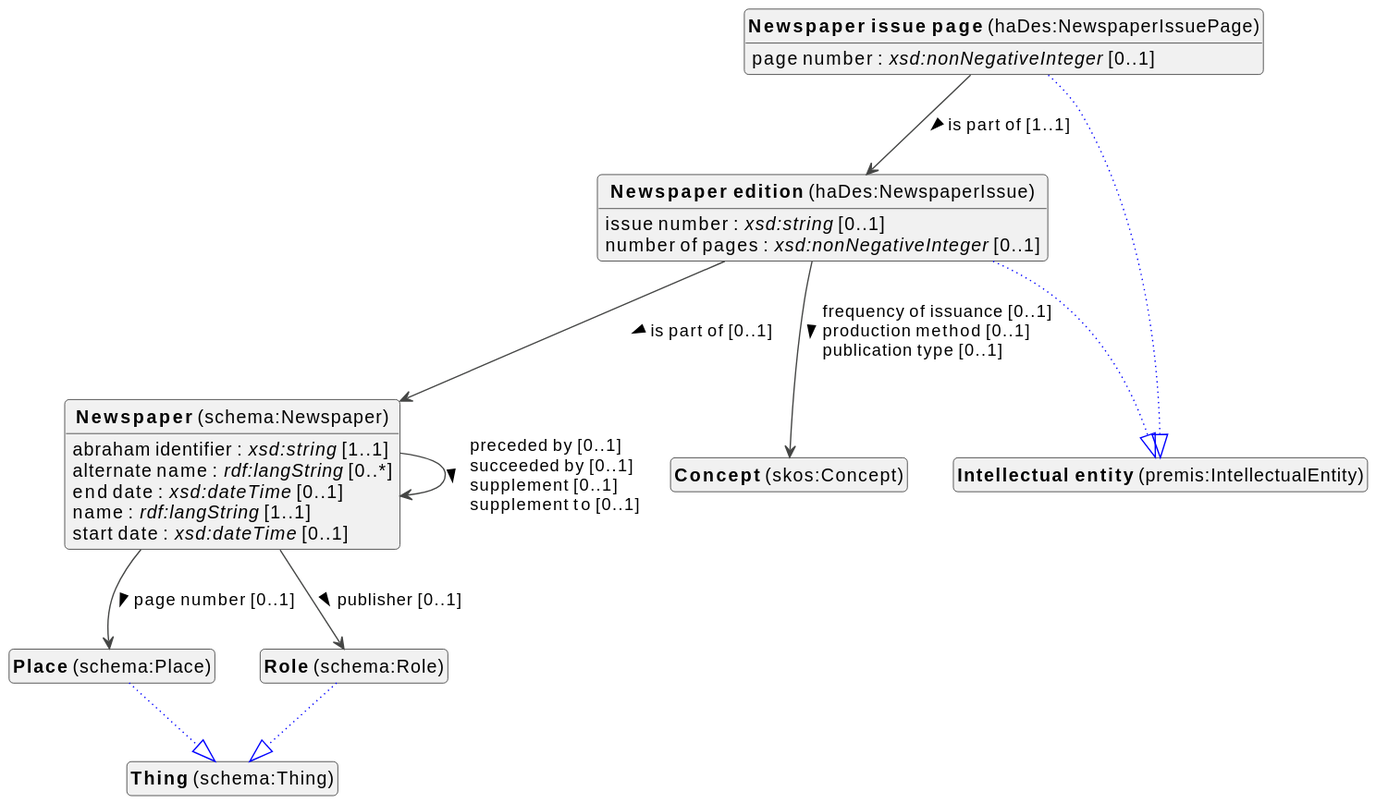
The PlantUML diagram docs/metadata/knowledge-graph/1.0.0/bibliographic/en/bibliographic-diagram.svg in viaacode/documentation, before a commit. Source of this version:
```plantuml
@startuml
!theme vibrant
skinparam classFontSize 14
!define LIGHTORANGE
skinparam componentStyle uml2
skinparam wrapMessageWidth 1000
skinparam wrapWidth 1000
skinparam shadowing false
skinparam ArrowMessageAlignment left
top to bottom direction


class "<b>Newspaper</b> (schema:Newspaper)" as schema_Newspaper [[#schema%3ANewspaper]]
class "<b>Concept</b> (skos:Concept)" as skos_Concept [[../../terms/en#skos%3AConcept]]
class "<b>Newspaper edition</b> (haDes:NewspaperIssue)" as haDes_NewspaperIssue [[#haDes%3ANewspaperIssue]]
class "<b>Intellectual entity</b> (premis:IntellectualEntity)" as premis_IntellectualEntity [[#premis%3AIntellectualEntity]]
class "<b>Newspaper issue page</b> (haDes:NewspaperIssuePage)" as haDes_NewspaperIssuePage [[#haDes%3ANewspaperIssuePage]]
class "<b>Intellectual entity</b> (premis:IntellectualEntity)" as premis_IntellectualEntity [[#premis%3AIntellectualEntity]]
class "<b>Place</b> (schema:Place)" as schema_Place [[../../description/en#schema%3APlace]]
class "<b>Thing</b> (schema:Thing)" as schema_Thing [[#schema%3AThing]]
class "<b>Role</b> (schema:Role)" as schema_Role [[../../description/en#schema%3ARole]]
class "<b>Thing</b> (schema:Thing)" as schema_Thing [[#schema%3AThing]]


schema_Newspaper : abraham identifier : <i>xsd:string</i> [1..1]
schema_Newspaper : alternate name : <i>rdf:langString</i> [0..*]
schema_Newspaper : end date : <i>xsd:dateTime</i> [0..1]
schema_Newspaper : name : <i>rdf:langString</i> [1..1]
schema_Newspaper : start date : <i>xsd:dateTime</i> [0..1]

schema_Newspaper --> schema_Newspaper :preceded by [0..1]  \lsucceeded by [0..1]  \lsupplement [0..1]  \lsupplement to [0..1]  >
schema_Newspaper --> schema_Place :page number [0..1]  >
schema_Newspaper --> schema_Role :publisher [0..1]  >





haDes_NewspaperIssue --|> premis_IntellectualEntity #blue;line.dotted;text:blue

haDes_NewspaperIssue : issue number : <i>xsd:string</i> [0..1]
haDes_NewspaperIssue : number of pages : <i>xsd:nonNegativeInteger</i> [0..1]
haDes_NewspaperIssue --> schema_Newspaper :is part of [0..1]  >
haDes_NewspaperIssue --> skos_Concept :frequency of issuance [0..1]  \lproduction method [0..1]  \lpublication type [0..1]  >



haDes_NewspaperIssuePage --|> premis_IntellectualEntity #blue;line.dotted;text:blue

haDes_NewspaperIssuePage : page number : <i>xsd:nonNegativeInteger</i> [0..1]
haDes_NewspaperIssuePage --> haDes_NewspaperIssue :is part of [1..1]  >


schema_Place --|> schema_Thing #blue;line.dotted;text:blue


schema_Role --|> schema_Thing #blue;line.dotted;text:blue



hide circle
hide methods
hide empty members
@enduml
```
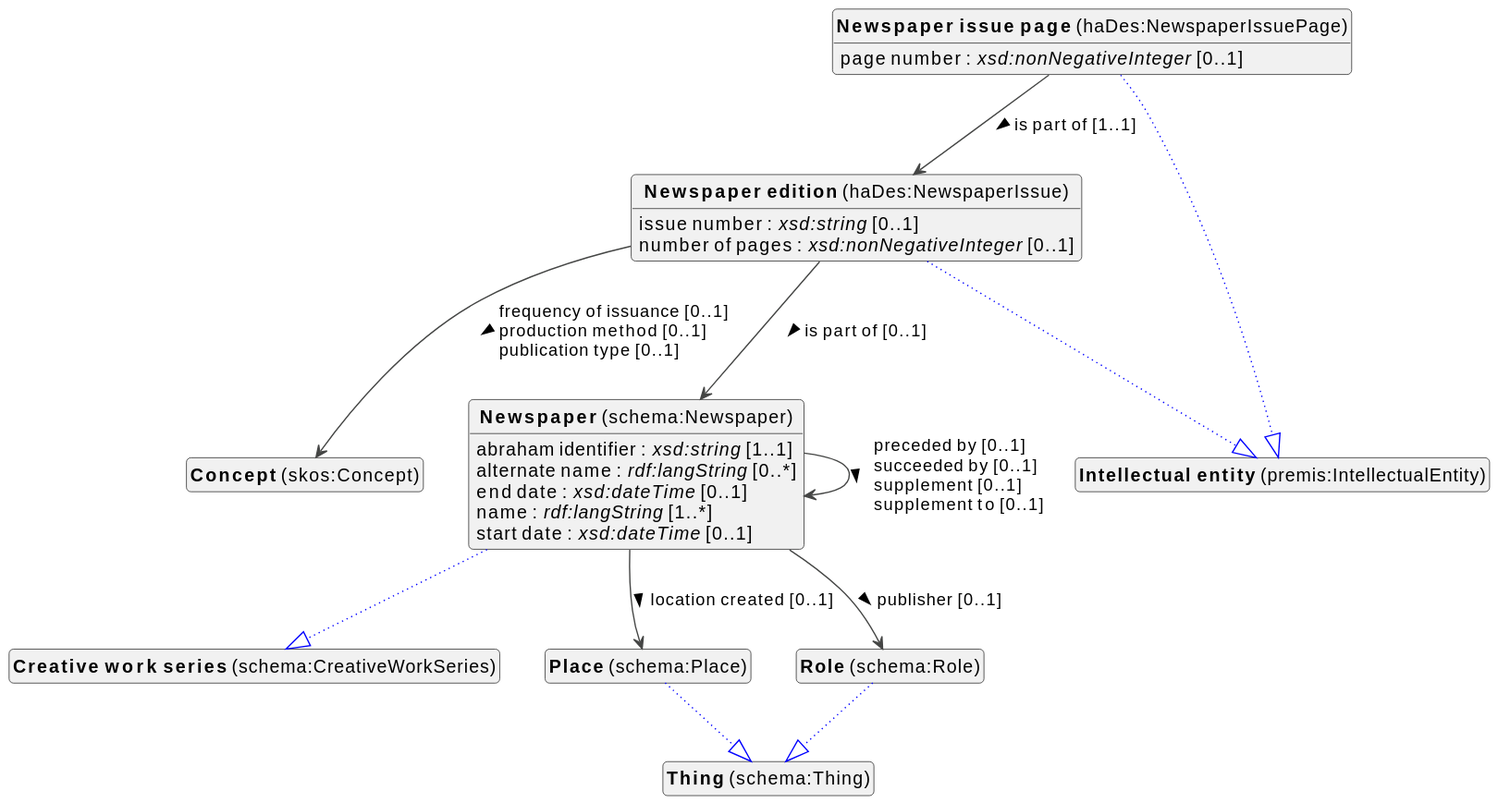
Above is the later version.

Diff of the diagram source:
```diff
@@ -10,8 +10,9 @@
 top to bottom direction
 
 
+class "<b>Concept</b> (skos:Concept)" as skos_Concept [[../../terms/en#skos%3AConcept]]
 class "<b>Newspaper</b> (schema:Newspaper)" as schema_Newspaper [[#schema%3ANewspaper]]
-class "<b>Concept</b> (skos:Concept)" as skos_Concept [[../../terms/en#skos%3AConcept]]
+class "<b>Creative work series</b> (schema:CreativeWorkSeries)" as schema_CreativeWorkSeries [[#schema%3ACreativeWorkSeries]]
 class "<b>Newspaper edition</b> (haDes:NewspaperIssue)" as haDes_NewspaperIssue [[#haDes%3ANewspaperIssue]]
 class "<b>Intellectual entity</b> (premis:IntellectualEntity)" as premis_IntellectualEntity [[#premis%3AIntellectualEntity]]
 class "<b>Newspaper issue page</b> (haDes:NewspaperIssuePage)" as haDes_NewspaperIssuePage [[#haDes%3ANewspaperIssuePage]]
@@ -22,17 +23,18 @@
 class "<b>Thing</b> (schema:Thing)" as schema_Thing [[#schema%3AThing]]
 
 
+
+schema_Newspaper --|> schema_CreativeWorkSeries #blue;line.dotted;text:blue
+
 schema_Newspaper : abraham identifier : <i>xsd:string</i> [1..1]
 schema_Newspaper : alternate name : <i>rdf:langString</i> [0..*]
 schema_Newspaper : end date : <i>xsd:dateTime</i> [0..1]
-schema_Newspaper : name : <i>rdf:langString</i> [1..1]
+schema_Newspaper : name : <i>rdf:langString</i> [1..*]
 schema_Newspaper : start date : <i>xsd:dateTime</i> [0..1]
 
 schema_Newspaper --> schema_Newspaper :preceded by [0..1]  \lsucceeded by [0..1]  \lsupplement [0..1]  \lsupplement to [0..1]  >
-schema_Newspaper --> schema_Place :page number [0..1]  >
+schema_Newspaper --> schema_Place :location created [0..1]  >
 schema_Newspaper --> schema_Role :publisher [0..1]  >
-
-
 
 
 
```
